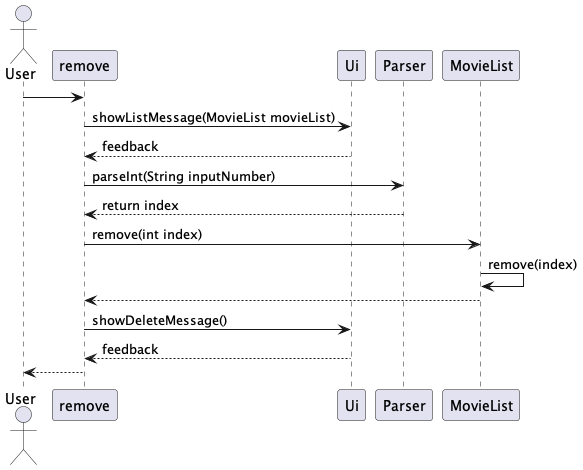
Above: docs/PUMLFiles/MovieList/movielist3.png in zzs-RedCocoon/tp (PlantUML), before the change.
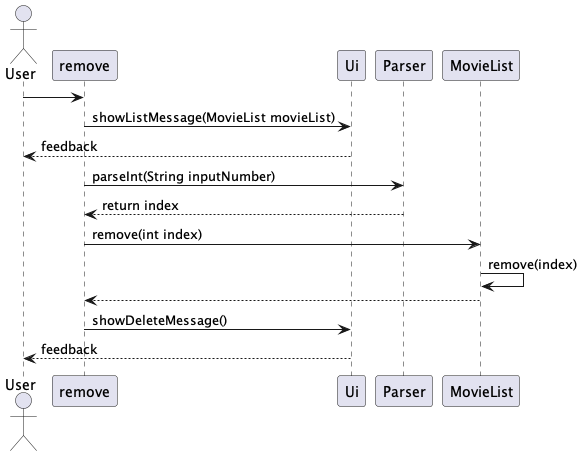
After the change.

Commit message:
Add sequence diagram for seedetail

What changed in the source:
```diff
@@ -4,7 +4,7 @@
 
 User -> remove
 remove -> Ui : showListMessage(MovieList movieList)
-Ui --> remove: feedback
+Ui --> User: feedback
 remove -> Parser : parseInt(String inputNumber)
 Parser --> remove : return index
 
@@ -13,7 +13,7 @@
 MovieList --> remove
 
 remove -> Ui : showDeleteMessage()
-Ui --> remove : feedback
+Ui --> User : feedback
 
-remove --> User
+
 @enduml
```
